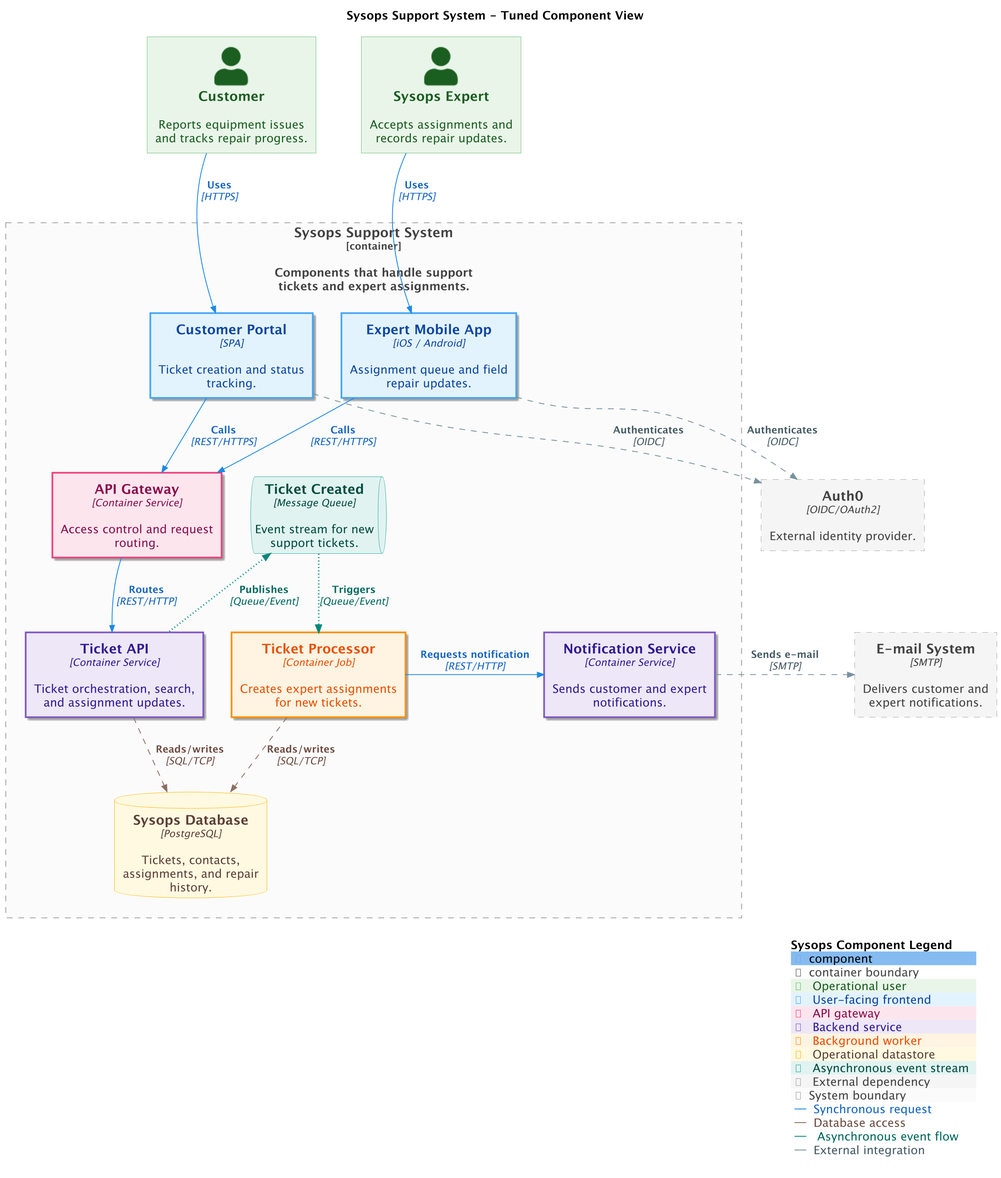
Before: docs/assets/examples/plantuml/tuned-sysops-component-diagram.png, a diagram exported from PlantUML (sidorov-as/c4-diagrams).
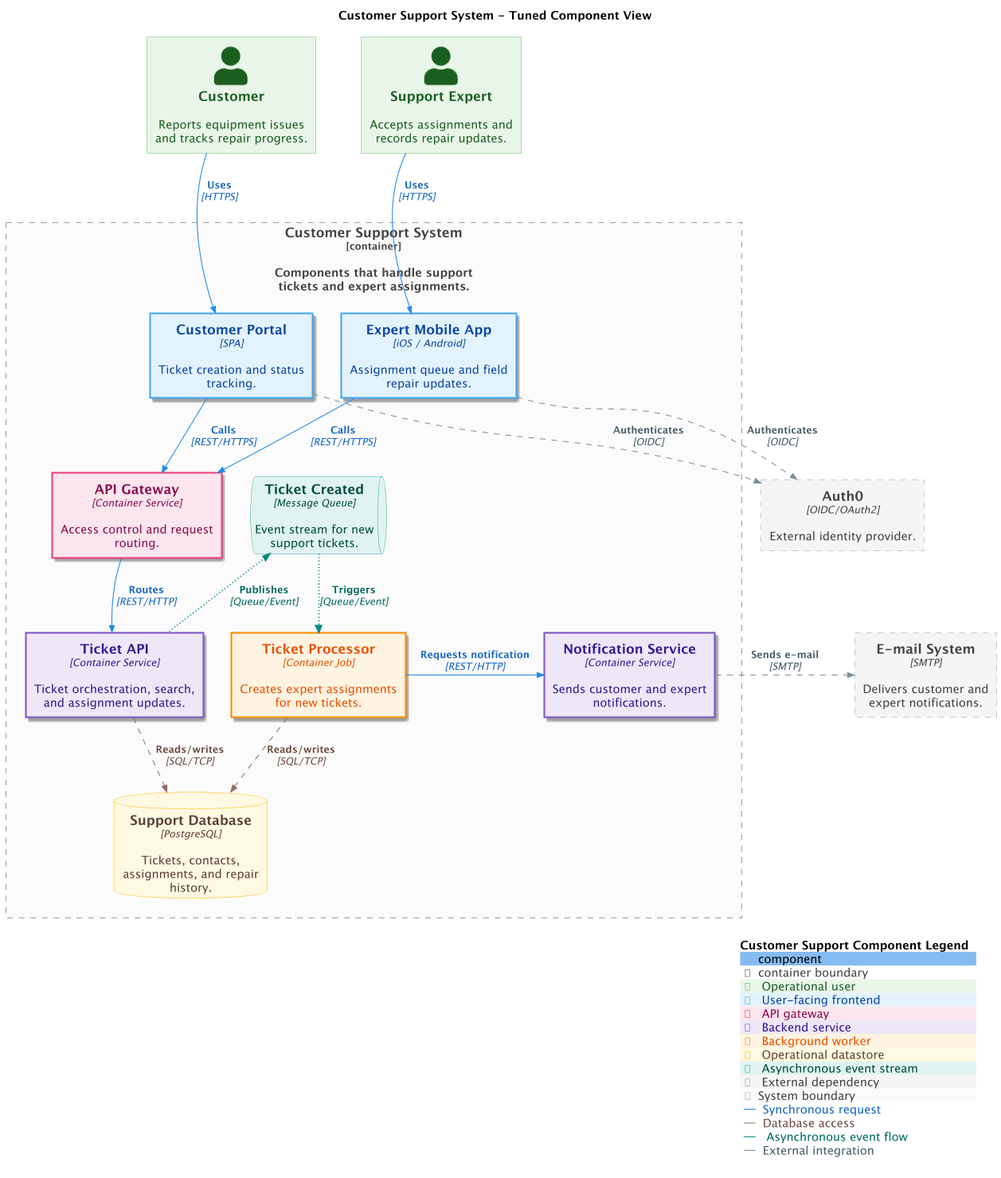
After the commit.

Diff of the diagram source:
```diff
@@ -4,7 +4,7 @@
 !else
     !include https://raw.githubusercontent.com/plantuml-stdlib/C4-PlantUML/master/C4_Component.puml
 !endif
-skinparam dpi 200
+skinparam dpi 100
 
 AddPersonTag("User", $bgColor="#e8f5e9", $fontColor="#1b5e20", $borderColor="#66bb6a", $shadowing="false", $legendText="Operational user", $legendSprite="user")
 AddComponentTag("Frontend", $bgColor="#e3f2fd", $fontColor="#0d47a1", $borderColor="#42a5f5", $shadowing="true", $techn="UI", $legendText="User-facing frontend", $legendSprite="browser", $borderStyle=SolidLine(), $borderThickness="2")
@@ -24,26 +24,26 @@
 
 LAYOUT_TOP_DOWN()
 LAYOUT_WITH_LEGEND()
-UpdateLegendTitle("Sysops Component Legend")
+UpdateLegendTitle("Customer Support Component Legend")
 
-title Sysops Support System - Tuned Component View
+title Customer Support System - Tuned Component View
 
 Person(customer, "Customer", "Reports equipment issues and tracks repair progress.", $tags="User")
 
-Person(expert, "Sysops Expert", "Accepts assignments and records repair updates.", $tags="User")
+Person(expert, "Support Expert", "Accepts assignments and records repair updates.", $tags="User")
 
 Component_Ext(auth0, "Auth0", "OIDC/OAuth2", "External identity provider.", $tags="External")
 
 Component_Ext(email_system, "E-mail System", "SMTP", "Delivers customer and expert notifications.", $tags="External")
 
-Container_Boundary(sysops_system, "Sysops Support System", $tags="Boundary", $descr="Components that handle support tickets and expert assignments.") {
+Container_Boundary(sysops_system, "Customer Support System", $tags="Boundary", $descr="Components that handle support tickets and expert assignments.") {
     Component(customer_portal, "Customer Portal", "SPA", "Ticket creation and status tracking.", $tags="Frontend")
     Component(mobile_app, "Expert Mobile App", "iOS / Android", "Assignment queue and field repair updates.", $tags="Frontend")
     Component(api_gateway, "API Gateway", "Container Service", "Access control and request routing.", $tags="Gateway")
     Component(ticket_api, "Ticket API", "Container Service", "Ticket orchestration, search, and assignment updates.", $tags="Backend")
     Component(notification_service, "Notification Service", "Container Service", "Sends customer and expert notifications.", $tags="Backend")
     Component(ticket_processor, "Ticket Processor", "Container Job", "Creates expert assignments for new tickets.", $tags="Worker")
-    ComponentDb(sysops_database, "Sysops Database", "PostgreSQL", "Tickets, contacts, assignments, and repair history.", $tags="Database")
+    ComponentDb(sysops_database, "Support Database", "PostgreSQL", "Tickets, contacts, assignments, and repair history.", $tags="Database")
     ComponentQueue(ticket_created_queue, "Ticket Created", "Message Queue", "Event stream for new support tickets.", $tags="Queue")
 }
 
```
